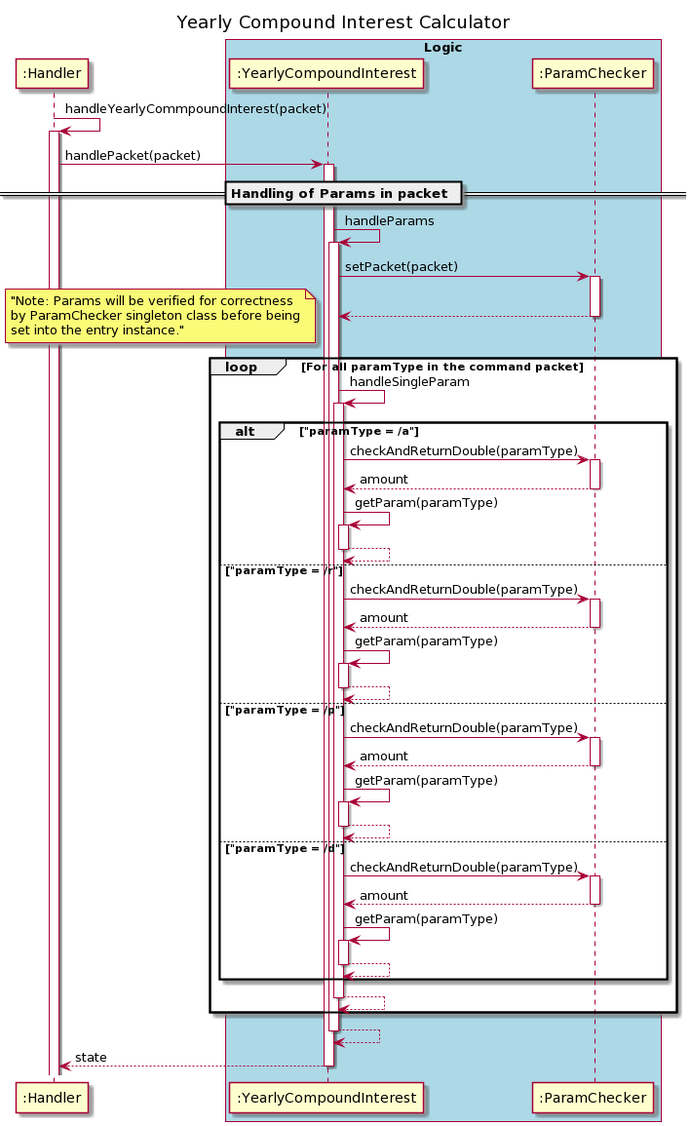
This is docs/uml_images/financetools/YearlyMonthlyCompoundInterest/YearlyCompoundInterestSequenceDiagram(1).png from nus-cs2113-AY2021S1/tp, a PlantUML export, as it was before one commit.
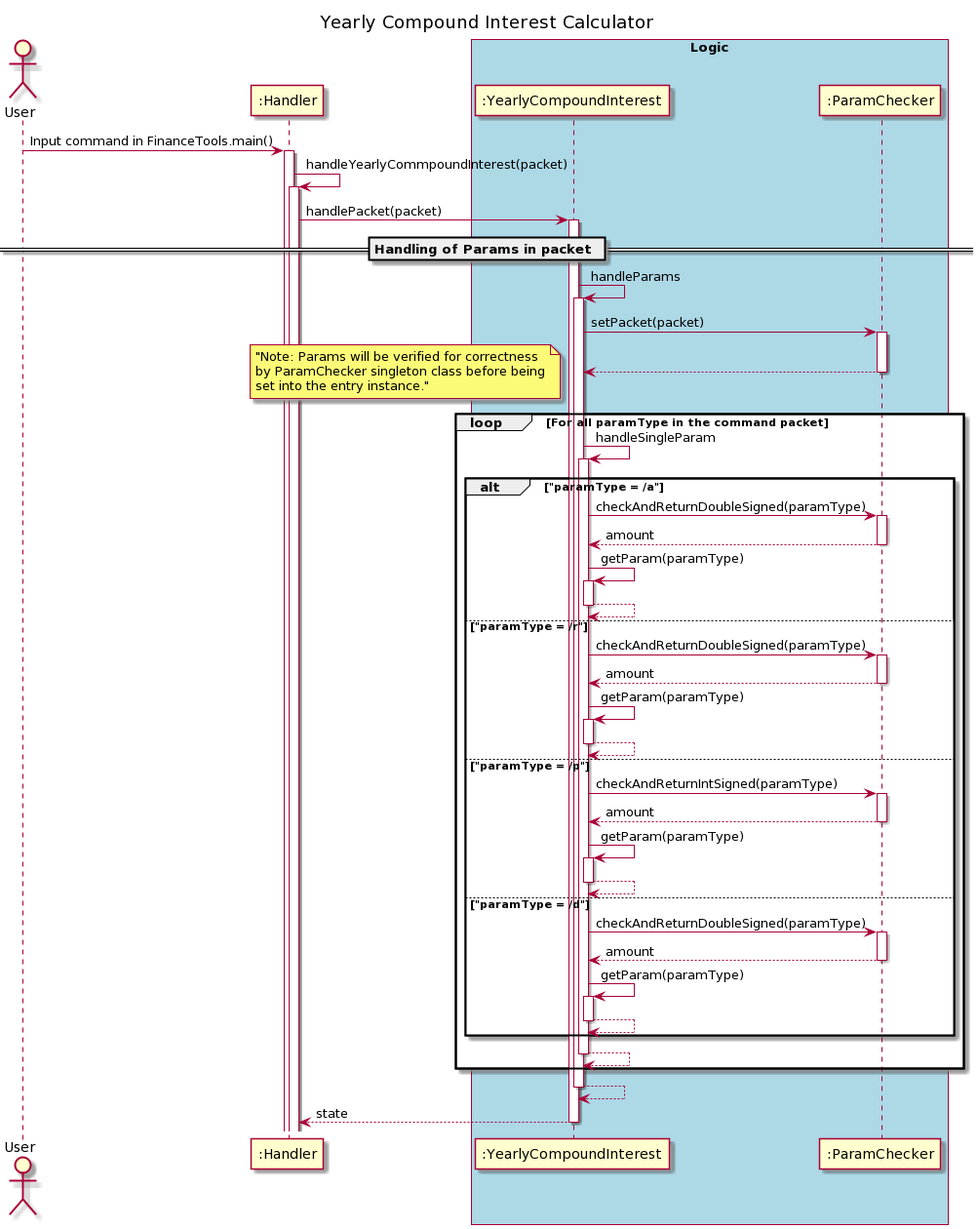
Above is the later version.

The edit, as a diff of the source:
```diff
@@ -1,7 +1,9 @@
 @startuml
 title Yearly Compound Interest Calculator
 autoactivate on
+actor User
 
+"User" -> ":Handler": Input command in FinanceTools.main()
 ":Handler" ->":Handler": handleYearlyCommpoundInterest(packet)
 
    ":Handler"-> ":YearlyCompoundInterest" : handlePacket(packet)
@@ -14,22 +16,22 @@
                 note left: "Note: Params will be verified for correctness\nby ParamChecker singleton class before being\nset into the entry instance."
                 ":YearlyCompoundInterest" -> ":YearlyCompoundInterest" : handleSingleParam
                     alt "paramType = /a"
-                        ":YearlyCompoundInterest" ->":ParamChecker": checkAndReturnDouble(paramType)
+                        ":YearlyCompoundInterest" ->":ParamChecker": checkAndReturnDoubleSigned(paramType)
                         return amount
                         ":YearlyCompoundInterest" -> ":YearlyCompoundInterest" : getParam(paramType)
                         return
                     else "paramType = /r"
-                        ":YearlyCompoundInterest" ->":ParamChecker": checkAndReturnDouble(paramType)
+                        ":YearlyCompoundInterest" ->":ParamChecker": checkAndReturnDoubleSigned(paramType)
                         return amount
                         ":YearlyCompoundInterest" -> ":YearlyCompoundInterest" : getParam(paramType)
                         return
                     else "paramType = /p"
-                        ":YearlyCompoundInterest" ->":ParamChecker": checkAndReturnDouble(paramType)
+                        ":YearlyCompoundInterest" ->":ParamChecker": checkAndReturnIntSigned(paramType)
                         return amount
                         ":YearlyCompoundInterest" -> ":YearlyCompoundInterest" : getParam(paramType)
                         return
                     else "paramType = /d"
-                        ":YearlyCompoundInterest" ->":ParamChecker": checkAndReturnDouble(paramType)
+                        ":YearlyCompoundInterest" ->":ParamChecker": checkAndReturnDoubleSigned(paramType)
                         return amount
                         ":YearlyCompoundInterest" -> ":YearlyCompoundInterest" : getParam(paramType)
                         return
```
